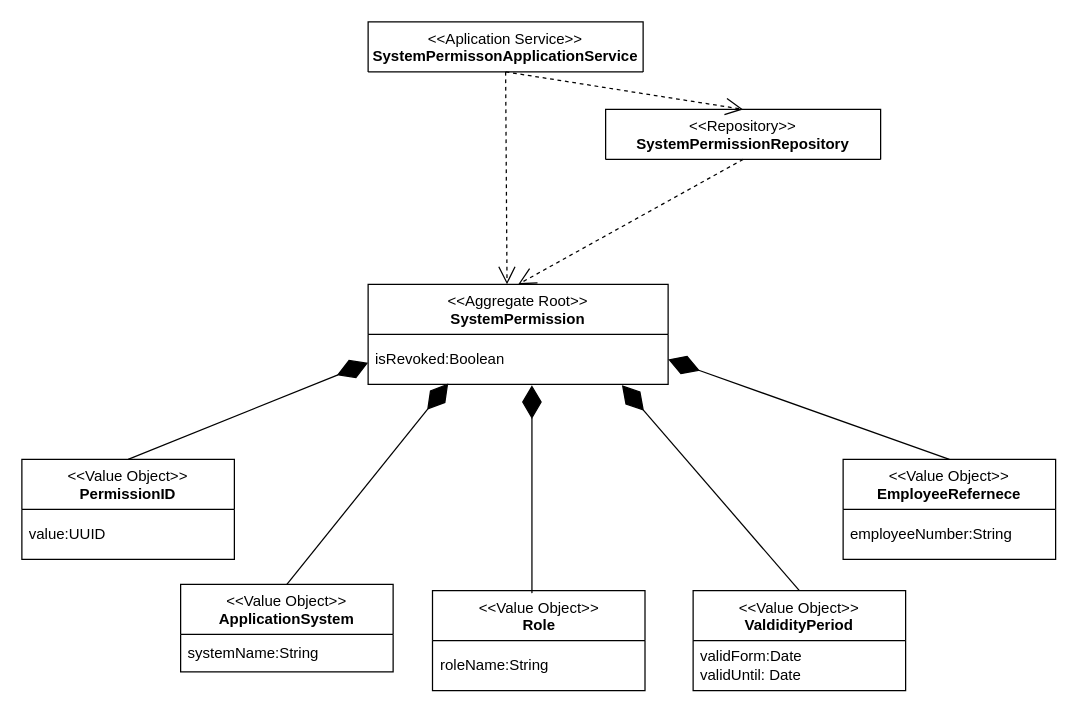
This is uml/authorization-management.drawio from AlexanderCoopmans/FSE-Mitarbeiterverwaltung-Example, a draw.io file, before an edit. Source tidied: cells renumbered, new cells numbered last; positions are measured from the earlier drawing's top-left corner, leaving out a move shared by most shapes. Both pictures are drawn from the tidied source at 125%, with x=0, y=0 at pixel (21, 21).
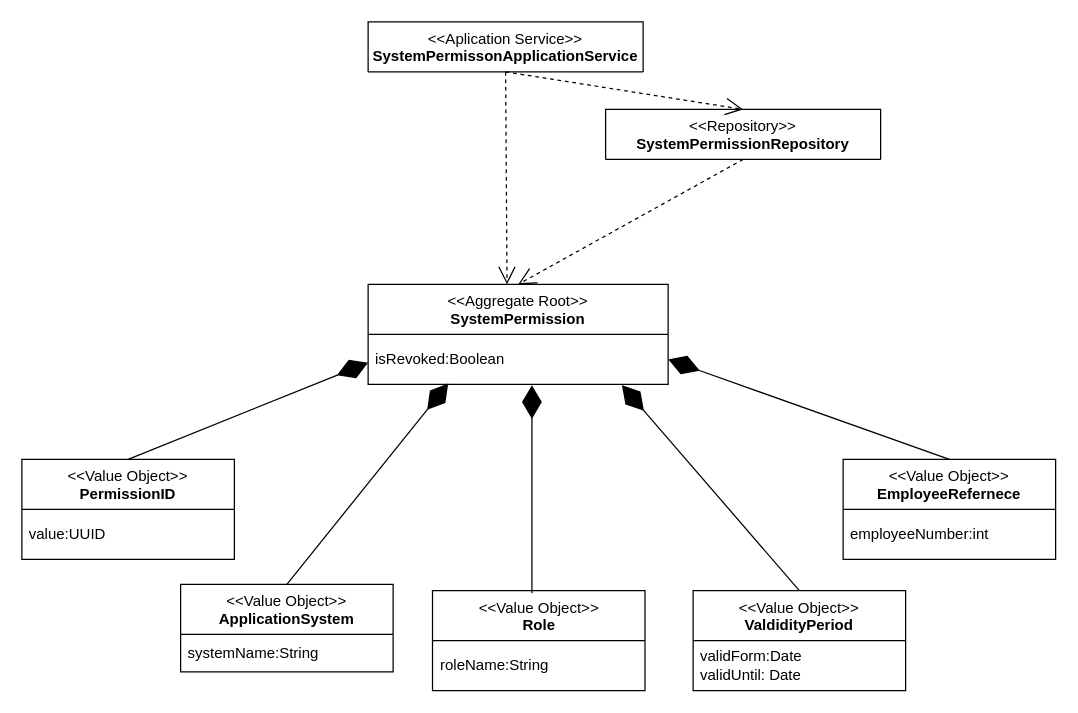
The same page after the edit.

Commit message (it also covers changes not shown here):
fix: Changed AuthorizationManagement EmployeeReference from String to int

The change refers to these unchanged cells:
```xml
<mxCell id="14" value="&lt;div style=&quot;&quot;&gt;&amp;lt;&amp;lt;Value Object&amp;gt;&amp;gt;&lt;/div&gt;&lt;div style=&quot;font-weight: 700;&quot;&gt;EmployeeRefernece&lt;/div&gt;" style="swimlane;fontStyle=0;align=center;verticalAlign=top;horizontal=1;startSize=40;html=1;whiteSpace=wrap;" parent="1" vertex="1">
  <mxGeometry x="657" y="350" width="170" height="80" as="geometry" />
</mxCell>
```

Diff of the diagram source:
```diff
@@
-    <mxCell id="15" value="employeeNumber:String" style="text;html=1;strokeColor=none;fillColor=none;align=left;verticalAlign=middle;spacingLeft=4;spacingRight=4;overflow=hidden;whiteSpace=wrap;" parent="14" vertex="1">
+    <mxCell id="15" value="employeeNumber:int" style="text;html=1;strokeColor=none;fillColor=none;align=left;verticalAlign=middle;spacingLeft=4;spacingRight=4;overflow=hidden;whiteSpace=wrap;" parent="14" vertex="1">
       <mxGeometry y="40" width="170" height="40" as="geometry" />
     </mxCell>
```
